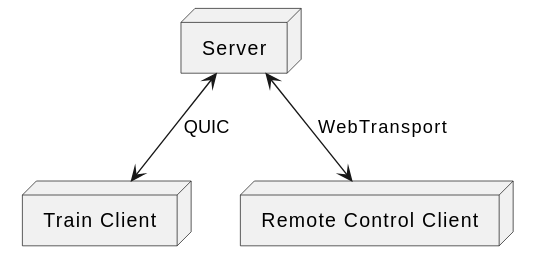
Earlier version of the PlantUML export graphics/System_Architecture_Overview.svg (RajibTheKing/tcrs26).
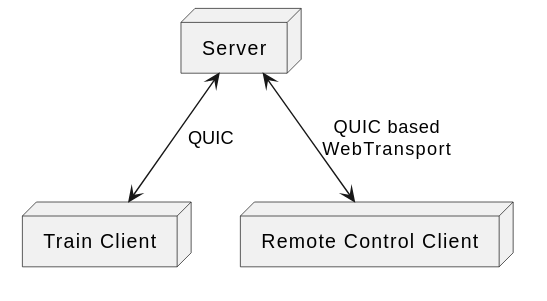
After the change.

Diff of the diagram source:
```diff
@@ -1,11 +1,11 @@
 @startuml
 top to bottom direction
 
-node "Server" as Server
+node "Server" as S
 
-node "Train Client" as TrainClient
-node "Remote Control Client" as RemoteClient
+node "Train Client" as TC
+node "Remote Control Client" as RCC
 
-Server <--> TrainClient : QUIC
-Server <--> RemoteClient : WebTransport
+S <--> TC : QUIC
+S <--> RCC : QUIC based\nWebTransport
 @enduml
```
